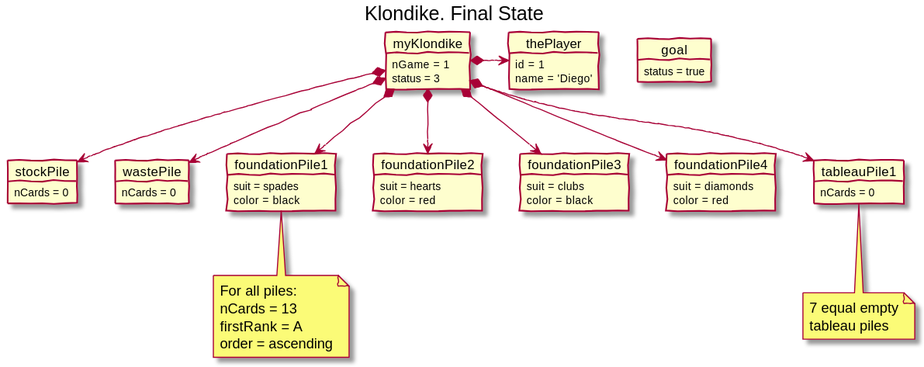
Before: software/game-klondike/docs/images/klondike--final-state.svg, a diagram exported from PlantUML (USantaTecla-ed-mpds/lab-boole). The source it was exported from:
```plantuml
@startuml klondike--final-state
skinparam handwritten true

title Klondike. Final State

object myKlondike {
    nGame = 1
    status = 3
}

object goal {
    status = true
}

object thePlayer {
    id = 1
    name = 'Diego'
}
object stockPile

object stockPile {
    nCards = 0
}
object wastePile {
    nCards = 0
}

object foundationPile1 {
    suit = spades
    color = black
}

note bottom of foundationPile1
    For all piles:
    nCards = 13
    firstRank = A
    order = ascending
end note

object foundationPile2 {
    suit = hearts
    color = red
}
object foundationPile3 {
    suit = clubs
    color = black
}
object foundationPile4 {
    suit = diamonds
    color = red
}

object tableauPile1 {
    nCards = 0
}
note bottom of tableauPile1
    7 equal empty
    tableau piles
end note



myKlondike *-> thePlayer
myKlondike *--> tableauPile1
myKlondike *--> stockPile
myKlondike *--> wastePile

myKlondike *--> foundationPile1
myKlondike *--> foundationPile2
myKlondike *--> foundationPile3
myKlondike *--> foundationPile4



@enduml
```
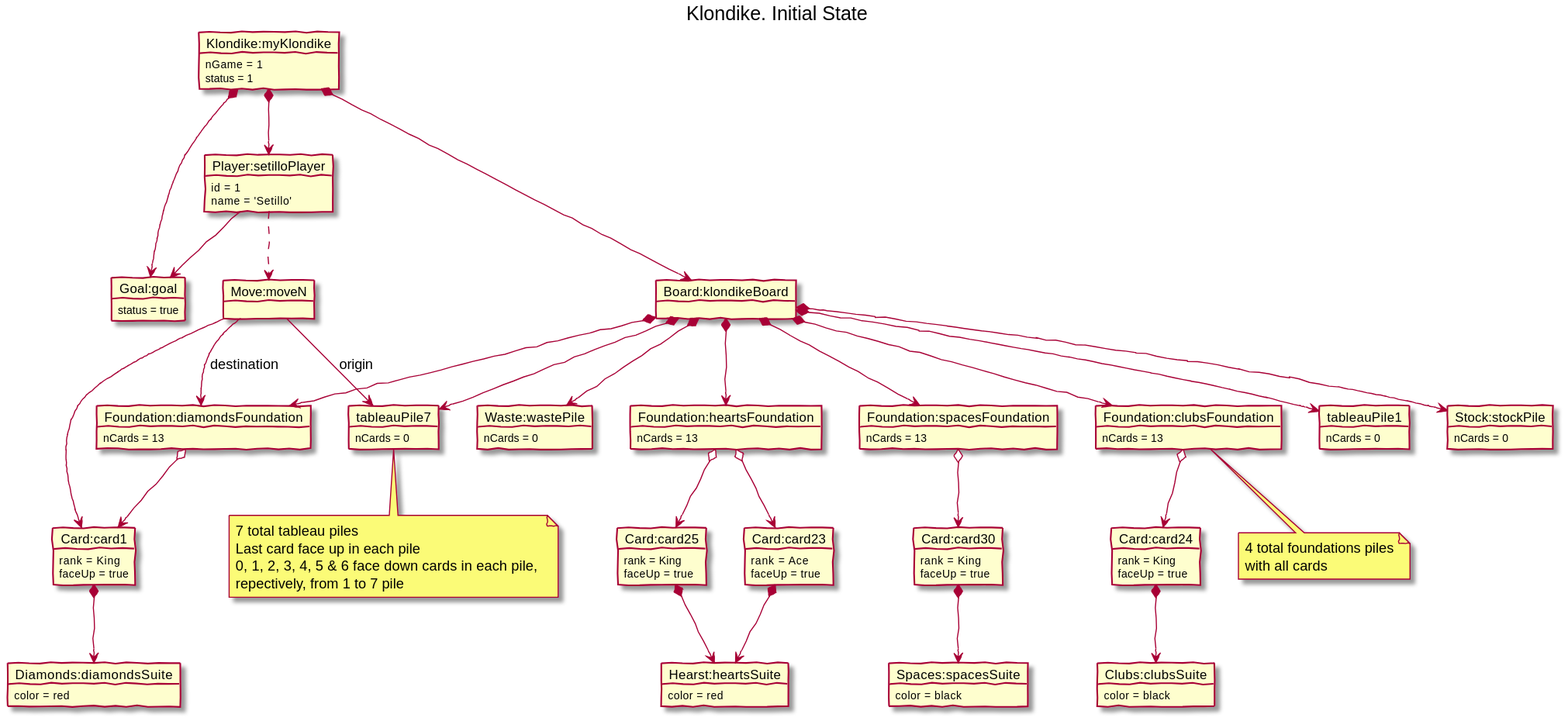
After the commit.

Commit message:
Added: conect4 solution and klondike finalState

Change to the diagram source:
```diff
@@ -1,22 +1,29 @@
 @startuml klondike--final-state
 skinparam handwritten true
 
-title Klondike. Final State
+title Klondike. Initial State
 
-object myKlondike {
+object "Klondike:myKlondike" as myKlondike{
     nGame = 1
-    status = 3
+    status = 1
 }
 
-object goal {
+object "Goal:goal" as goal {
     status = true
 }
 
-object thePlayer {
+object "Player:setilloPlayer" as player {
     id = 1
-    name = 'Diego'
+    name = 'Setillo'
 }
-object stockPile
+
+object "Board:klondikeBoard" as board {
+
+}
+
+
+object "Stock:stockPile" as stockPile
+object "Waste:wastePile" as wastePile
 
 object stockPile {
     nCards = 0
@@ -25,51 +32,115 @@
     nCards = 0
 }
 
-object foundationPile1 {
-    suit = spades
-    color = black
+
+object "Foundation:diamondsFoundation" as diamondsFoundation {
+    nCards = 13
+}
+object "Foundation:heartsFoundation" as heartsFoundation {
+    nCards = 13
 }
 
-note bottom of foundationPile1
-    For all piles:
+object "Foundation:spacesFoundation" as spacesFoundation {
     nCards = 13
-    firstRank = A
-    order = ascending
+}
+
+object "Foundation:clubsFoundation" as clubsFoundation {
+    nCards = 13
+}
+
+object "Card:card1" as card1 {
+    rank  = King
+    faceUp = true
+}
+
+object "Card:card23" as card23 {
+        rank  = Ace
+        faceUp = true
+}
+
+object "Card:card24" as card24 {
+        rank = King
+        faceUp = true
+}
+
+object "Card:card25" as card25 {
+        rank = King
+        faceUp = true
+}
+
+object "Card:card30" as card30 {
+    rank  = King
+    faceUp = true
+}
+
+note bottom of tableauPile7
+    7 total tableau piles
+    Last card face up in each pile
+    0, 1, 2, 3, 4, 5 & 6 face down cards in each pile,
+    repectively, from 1 to 7 pile
 end note
 
-object foundationPile2 {
-    suit = hearts
-    color = red
-}
-object foundationPile3 {
-    suit = clubs
-    color = black
-}
-object foundationPile4 {
-    suit = diamonds
-    color = red
-}
+note bottom of clubsFoundation
+    4 total foundations piles
+    with all cards
+end note
+
 
 object tableauPile1 {
     nCards = 0
 }
-note bottom of tableauPile1
-    7 equal empty
-    tableau piles
-end note
+object tableauPile7 {
+    nCards = 0
+}
 
+object "Diamonds:diamondsSuite" as diamond {
+    color = red
+}
+object "Hearst:heartsSuite" as hearts {
+    color = red
+}
+object "Clubs:clubsSuite" as clubs {
+    color = black
+}
 
+object "Spaces:spacesSuite" as spaces{
+    color = black
+}
 
-myKlondike *-> thePlayer
-myKlondike *--> tableauPile1
-myKlondike *--> stockPile
-myKlondike *--> wastePile
+object "Move:moveN" as moveN {
 
-myKlondike *--> foundationPile1
-myKlondike *--> foundationPile2
-myKlondike *--> foundationPile3
-myKlondike *--> foundationPile4
+}
 
+myKlondike *--> player
+myKlondike *--> goal
+myKlondike *--> board
 
+player --> goal
 
+board *--> stockPile
+board *--> wastePile
+board *--> clubsFoundation
+board *--> diamondsFoundation
+board *--> heartsFoundation
+board *--> spacesFoundation
+board *--> tableauPile1
+board *--> tableauPile7
+
+diamondsFoundation o--> card1
+spacesFoundation o--> card30
+heartsFoundation o--> card23
+clubsFoundation o--> card24
+
+heartsFoundation o--> card25
+
+card1  *--> diamond
+card23 *--> hearts
+card25 *--> hearts
+card24 *--> clubs
+card30 *--> spaces
+
+player ..> moveN
+moveN --> card1
+moveN --> tableauPile7 : origin
+moveN --> diamondsFoundation : destination
 @enduml
```
